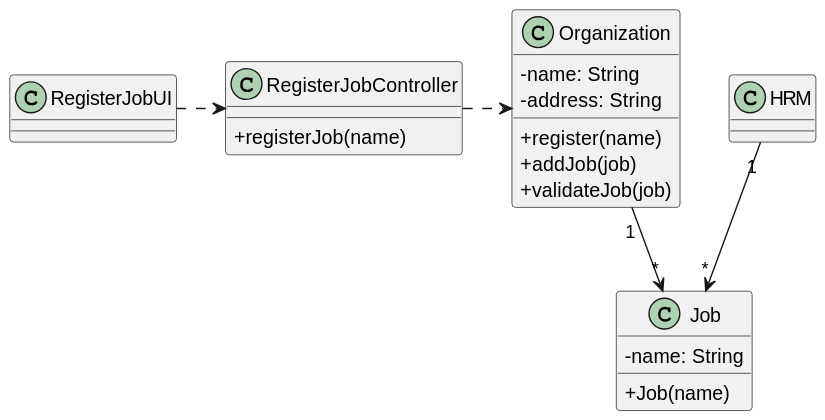
This is docs/sprintB/us002/03.design/svg/us002-class-diagram.svg from diogoveirospro/lei-24-s2-1dg-g072, a PlantUML export, as it was before one commit.
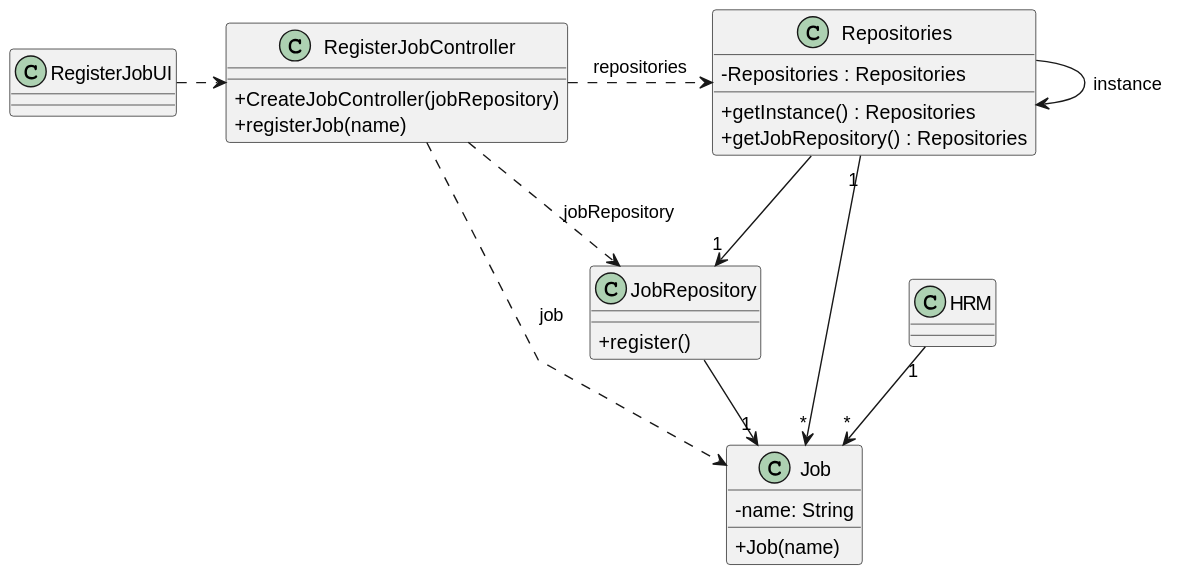
After the change.

Commit message:
US2's Sequence Diagram Partial - Register Job

What changed in the source:
```diff
@@ -15,25 +15,33 @@
 class HRM {
 }
 
-class Organization {
-    - name: String
-    - address: String
-
-    + register(name)
-    + addJob(job)
-    + validateJob(job)
-}
-
 class RegisterJobUI {
 
 }
 
 class RegisterJobController {
+    + CreateJobController(jobRepository)
     + registerJob(name)
 }
 
+class Repositories {
+    - Repositories : Repositories
+    + getInstance() : Repositories
+    + getJobRepository() : Repositories
+}
+
+class JobRepository {
+    + register()
+}
+
+
 HRM "1" --> "*" Job
-Organization "1" --> "*" Job
+Repositories "1" --> "*" Job
 RegisterJobUI .> RegisterJobController
-RegisterJobController .> Organization
+RegisterJobController .> Repositories : repositories
+Repositories --> Repositories : instance
+Repositories --> "1" JobRepository
+JobRepository --> "1" Job
+RegisterJobController .> JobRepository : jobRepository
+RegisterJobController .> Job : job
 @enduml
```
